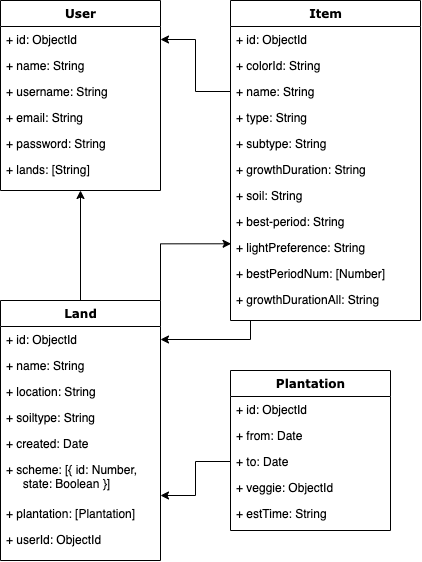
Before: staff/sofia-costa/hoort/hoort-doc/images/data-model.png, a diagram exported from draw.io (sofsscosta/skylab-bootcamp-202001). Source tidied: cells renumbered, new cells last; positions are measured from the earlier drawing's top-left corner, leaving out a move shared by most shapes. Its diagram source:
```xml
<mxGraphModel>
  <root>
    <mxCell id="0" />
    <mxCell id="1" parent="0" />
    <mxCell id="2" value="User" style="swimlane;html=1;fontStyle=1;align=center;verticalAlign=top;horizontal=1;startSize=26;swimlaneFillColor=#ffffff;rounded=0;shadow=0;comic=0;labelBackgroundColor=none;strokeWidth=1;fillColor=none;fontFamily=Verdana;fontSize=12;" parent="1" vertex="1">
      <mxGeometry width="160" height="190" as="geometry" />
    </mxCell>
    <mxCell id="3" value="+ id: ObjectId" style="text;html=1;strokeColor=none;fillColor=none;align=left;verticalAlign=top;spacingLeft=4;spacingRight=4;whiteSpace=wrap;overflow=hidden;points=[[0,0.5],[1,0.5]];portConstraint=eastwest;" parent="2" vertex="1">
      <mxGeometry y="26" width="160" height="26" as="geometry" />
    </mxCell>
    <mxCell id="4" value="+ name: String" style="text;html=1;strokeColor=none;fillColor=none;align=left;verticalAlign=top;spacingLeft=4;spacingRight=4;whiteSpace=wrap;overflow=hidden;" parent="2" vertex="1">
      <mxGeometry y="52" width="160" height="26" as="geometry" />
    </mxCell>
    <mxCell id="5" value="+ username: String" style="text;html=1;strokeColor=none;fillColor=none;align=left;verticalAlign=top;spacingLeft=4;spacingRight=4;whiteSpace=wrap;overflow=hidden;" parent="2" vertex="1">
      <mxGeometry y="78" width="160" height="26" as="geometry" />
    </mxCell>
    <mxCell id="6" value="+ email: String" style="text;html=1;strokeColor=none;fillColor=none;align=left;verticalAlign=top;spacingLeft=4;spacingRight=4;whiteSpace=wrap;overflow=hidden;" parent="2" vertex="1">
      <mxGeometry y="104" width="160" height="26" as="geometry" />
    </mxCell>
    <mxCell id="7" value="+ password: String" style="text;html=1;strokeColor=none;fillColor=none;align=left;verticalAlign=top;spacingLeft=4;spacingRight=4;whiteSpace=wrap;overflow=hidden;" parent="2" vertex="1">
      <mxGeometry y="130" width="160" height="26" as="geometry" />
    </mxCell>
    <mxCell id="8" value="+ lands: [String]" style="text;html=1;strokeColor=none;fillColor=none;align=left;verticalAlign=top;spacingLeft=4;spacingRight=4;whiteSpace=wrap;overflow=hidden;" parent="2" vertex="1">
      <mxGeometry y="156" width="160" height="26" as="geometry" />
    </mxCell>
    <mxCell id="9" style="edgeStyle=orthogonalEdgeStyle;rounded=0;jettySize=auto;html=1;exitX=0.5;exitY=0;exitDx=0;exitDy=0;entryX=0.5;entryY=1;entryDx=0;entryDy=0;" parent="1" edge="1" source="11" target="2">
      <mxGeometry relative="1" as="geometry" />
    </mxCell>
    <mxCell id="10" style="edgeStyle=orthogonalEdgeStyle;rounded=0;jettySize=auto;html=1;exitX=1;exitY=0;exitDx=0;exitDy=0;entryX=0.003;entryY=0.357;entryDx=0;entryDy=0;entryPerimeter=0;" parent="1" edge="1" source="11" target="32">
      <mxGeometry relative="1" as="geometry" />
    </mxCell>
    <mxCell id="11" value="Land" style="swimlane;html=1;fontStyle=1;align=center;verticalAlign=top;horizontal=1;startSize=26;swimlaneFillColor=#ffffff;rounded=0;shadow=0;comic=0;labelBackgroundColor=none;strokeWidth=1;fillColor=none;fontFamily=Verdana;fontSize=12;" parent="1" vertex="1">
      <mxGeometry y="300" width="160" height="260" as="geometry" />
    </mxCell>
    <mxCell id="12" value="+ id: ObjectId" style="text;html=1;strokeColor=none;fillColor=none;align=left;verticalAlign=top;spacingLeft=4;spacingRight=4;whiteSpace=wrap;overflow=hidden;points=[[0,0.5],[1,0.5]];portConstraint=eastwest;" parent="11" vertex="1">
      <mxGeometry y="26" width="160" height="26" as="geometry" />
    </mxCell>
    <mxCell id="13" value="+ name: String" style="text;html=1;strokeColor=none;fillColor=none;align=left;verticalAlign=top;spacingLeft=4;spacingRight=4;whiteSpace=wrap;overflow=hidden;" parent="11" vertex="1">
      <mxGeometry y="52" width="160" height="26" as="geometry" />
    </mxCell>
    <mxCell id="14" value="+ location: String" style="text;html=1;strokeColor=none;fillColor=none;align=left;verticalAlign=top;spacingLeft=4;spacingRight=4;whiteSpace=wrap;overflow=hidden;" parent="11" vertex="1">
      <mxGeometry y="78" width="160" height="26" as="geometry" />
    </mxCell>
    <mxCell id="15" value="+ soiltype: String" style="text;html=1;strokeColor=none;fillColor=none;align=left;verticalAlign=top;spacingLeft=4;spacingRight=4;whiteSpace=wrap;overflow=hidden;" parent="11" vertex="1">
      <mxGeometry y="104" width="160" height="26" as="geometry" />
    </mxCell>
    <mxCell id="16" value="+ created: Date" style="text;html=1;strokeColor=none;fillColor=none;align=left;verticalAlign=top;spacingLeft=4;spacingRight=4;whiteSpace=wrap;overflow=hidden;" parent="11" vertex="1">
      <mxGeometry y="130" width="160" height="26" as="geometry" />
    </mxCell>
    <mxCell id="17" value="+ scheme: [{ id: Number,&lt;br&gt;&amp;nbsp; &amp;nbsp; &amp;nbsp;state: Boolean }]" style="text;html=1;strokeColor=none;fillColor=none;align=left;verticalAlign=top;spacingLeft=4;spacingRight=4;whiteSpace=wrap;overflow=hidden;points=[[0,0.5],[1,0.5]];portConstraint=eastwest;" parent="11" vertex="1">
      <mxGeometry y="156" width="160" height="44" as="geometry" />
    </mxCell>
    <mxCell id="18" value="+ plantation: [Plantation]" style="text;html=1;strokeColor=none;fillColor=none;align=left;verticalAlign=top;spacingLeft=4;spacingRight=4;whiteSpace=wrap;overflow=hidden;" parent="11" vertex="1">
      <mxGeometry y="200" width="160" height="26" as="geometry" />
    </mxCell>
    <mxCell id="19" value="+ userId: ObjectId" style="text;html=1;strokeColor=none;fillColor=none;align=left;verticalAlign=top;spacingLeft=4;spacingRight=4;whiteSpace=wrap;overflow=hidden;" parent="11" vertex="1">
      <mxGeometry y="226" width="160" height="26" as="geometry" />
    </mxCell>
    <mxCell id="20" style="edgeStyle=orthogonalEdgeStyle;rounded=0;jettySize=auto;html=1;exitX=0;exitY=0.5;exitDx=0;exitDy=0;entryX=1;entryY=0.5;entryDx=0;entryDy=0;" parent="1" edge="1" source="26" target="3">
      <mxGeometry relative="1" as="geometry" />
    </mxCell>
    <mxCell id="21" style="edgeStyle=orthogonalEdgeStyle;rounded=0;jettySize=auto;html=1;exitX=0;exitY=0.5;exitDx=0;exitDy=0;entryX=1;entryY=0.5;entryDx=0;entryDy=0;" parent="1" edge="1" target="12">
      <mxGeometry relative="1" as="geometry">
        <mxPoint x="250" y="281" as="sourcePoint" />
      </mxGeometry>
    </mxCell>
    <mxCell id="22" style="edgeStyle=orthogonalEdgeStyle;rounded=0;jettySize=auto;html=1;exitX=0;exitY=0.5;exitDx=0;exitDy=0;entryX=1;entryY=0.75;entryDx=0;entryDy=0;" parent="1" edge="1" source="38" target="11">
      <mxGeometry relative="1" as="geometry" />
    </mxCell>
    <mxCell id="23" value="Item" style="swimlane;html=1;fontStyle=1;align=center;verticalAlign=top;horizontal=1;startSize=26;swimlaneFillColor=#ffffff;rounded=0;shadow=0;comic=0;labelBackgroundColor=none;strokeWidth=1;fillColor=none;fontFamily=Verdana;fontSize=12;" parent="1" vertex="1">
      <mxGeometry x="230" width="190" height="320" as="geometry" />
    </mxCell>
    <mxCell id="24" value="+ id: ObjectId" style="text;html=1;strokeColor=none;fillColor=none;align=left;verticalAlign=top;spacingLeft=4;spacingRight=4;whiteSpace=wrap;overflow=hidden;" parent="23" vertex="1">
      <mxGeometry y="26" width="190" height="26" as="geometry" />
    </mxCell>
    <mxCell id="25" value="+ colorId: String" style="text;html=1;strokeColor=none;fillColor=none;align=left;verticalAlign=top;spacingLeft=4;spacingRight=4;whiteSpace=wrap;overflow=hidden;" parent="23" vertex="1">
      <mxGeometry y="52" width="190" height="26" as="geometry" />
    </mxCell>
    <mxCell id="26" value="+ name: String" style="text;html=1;strokeColor=none;fillColor=none;align=left;verticalAlign=top;spacingLeft=4;spacingRight=4;whiteSpace=wrap;overflow=hidden;points=[[0,0.5],[1,0.5]];portConstraint=eastwest;" parent="23" vertex="1">
      <mxGeometry y="78" width="190" height="26" as="geometry" />
    </mxCell>
    <mxCell id="27" value="+ type: String" style="text;html=1;strokeColor=none;fillColor=none;align=left;verticalAlign=top;spacingLeft=4;spacingRight=4;whiteSpace=wrap;overflow=hidden;" parent="23" vertex="1">
      <mxGeometry y="104" width="190" height="26" as="geometry" />
    </mxCell>
    <mxCell id="28" value="+ subtype: String" style="text;html=1;strokeColor=none;fillColor=none;align=left;verticalAlign=top;spacingLeft=4;spacingRight=4;whiteSpace=wrap;overflow=hidden;" parent="23" vertex="1">
      <mxGeometry y="130" width="190" height="26" as="geometry" />
    </mxCell>
    <mxCell id="29" value="+ growthDuration: String" style="text;html=1;strokeColor=none;fillColor=none;align=left;verticalAlign=top;spacingLeft=4;spacingRight=4;whiteSpace=wrap;overflow=hidden;" parent="23" vertex="1">
      <mxGeometry y="156" width="190" height="26" as="geometry" />
    </mxCell>
    <mxCell id="30" value="+ soil: String" style="text;html=1;strokeColor=none;fillColor=none;align=left;verticalAlign=top;spacingLeft=4;spacingRight=4;whiteSpace=wrap;overflow=hidden;" parent="23" vertex="1">
      <mxGeometry y="182" width="190" height="26" as="geometry" />
    </mxCell>
    <mxCell id="31" value="+ best-period: String" style="text;html=1;strokeColor=none;fillColor=none;align=left;verticalAlign=top;spacingLeft=4;spacingRight=4;whiteSpace=wrap;overflow=hidden;" parent="23" vertex="1">
      <mxGeometry y="208" width="190" height="26" as="geometry" />
    </mxCell>
    <mxCell id="32" value="+ lightPreference: String" style="text;html=1;strokeColor=none;fillColor=none;align=left;verticalAlign=top;spacingLeft=4;spacingRight=4;whiteSpace=wrap;overflow=hidden;points=[[0,0.5],[1,0.5]];portConstraint=eastwest;" parent="23" vertex="1">
      <mxGeometry y="234" width="190" height="26" as="geometry" />
    </mxCell>
    <mxCell id="33" value="+ bestPeriodNum: [Number]" style="text;html=1;strokeColor=none;fillColor=none;align=left;verticalAlign=top;spacingLeft=4;spacingRight=4;whiteSpace=wrap;overflow=hidden;" parent="23" vertex="1">
      <mxGeometry y="260" width="190" height="26" as="geometry" />
    </mxCell>
    <mxCell id="34" value="+ growthDurationAll: String" style="text;html=1;strokeColor=none;fillColor=none;align=left;verticalAlign=top;spacingLeft=4;spacingRight=4;whiteSpace=wrap;overflow=hidden;" parent="23" vertex="1">
      <mxGeometry y="286" width="190" height="26" as="geometry" />
    </mxCell>
    <mxCell id="35" value="Plantation" style="swimlane;html=1;fontStyle=1;align=center;verticalAlign=top;horizontal=1;startSize=26;swimlaneFillColor=#ffffff;rounded=0;shadow=0;comic=0;labelBackgroundColor=none;strokeWidth=1;fillColor=none;fontFamily=Verdana;fontSize=12;" parent="1" vertex="1">
      <mxGeometry x="230" y="370" width="160" height="160" as="geometry" />
    </mxCell>
    <mxCell id="36" value="+ id: ObjectId" style="text;html=1;strokeColor=none;fillColor=none;align=left;verticalAlign=top;spacingLeft=4;spacingRight=4;whiteSpace=wrap;overflow=hidden;" parent="35" vertex="1">
      <mxGeometry y="26" width="160" height="26" as="geometry" />
    </mxCell>
    <mxCell id="37" value="+ from: Date" style="text;html=1;strokeColor=none;fillColor=none;align=left;verticalAlign=top;spacingLeft=4;spacingRight=4;whiteSpace=wrap;overflow=hidden;" parent="35" vertex="1">
      <mxGeometry y="52" width="160" height="26" as="geometry" />
    </mxCell>
    <mxCell id="38" value="+ to: Date" style="text;html=1;strokeColor=none;fillColor=none;align=left;verticalAlign=top;spacingLeft=4;spacingRight=4;whiteSpace=wrap;overflow=hidden;points=[[0,0.5],[1,0.5]];portConstraint=eastwest;" parent="35" vertex="1">
      <mxGeometry y="78" width="160" height="26" as="geometry" />
    </mxCell>
    <mxCell id="39" value="+ veggie: ObjectId" style="text;html=1;strokeColor=none;fillColor=none;align=left;verticalAlign=top;spacingLeft=4;spacingRight=4;whiteSpace=wrap;overflow=hidden;" parent="35" vertex="1">
      <mxGeometry y="104" width="160" height="26" as="geometry" />
    </mxCell>
    <mxCell id="40" value="+ estTime: String" style="text;html=1;strokeColor=none;fillColor=none;align=left;verticalAlign=top;spacingLeft=4;spacingRight=4;whiteSpace=wrap;overflow=hidden;" parent="35" vertex="1">
      <mxGeometry y="130" width="160" height="26" as="geometry" />
    </mxCell>
  </root>
</mxGraphModel>
```
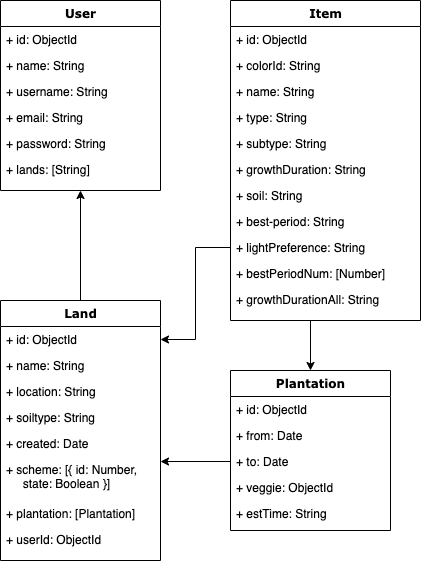
After the change.

What changed in the source:
```diff
@@ -1,16 +1,16 @@
-<mxGraphModel>
+<mxGraphModel background="#ffffff">
   <root>
     <mxCell id="0" />
     <mxCell id="1" parent="0" />
     <mxCell id="2" value="User" style="swimlane;html=1;fontStyle=1;align=center;verticalAlign=top;horizontal=1;startSize=26;swimlaneFillColor=#ffffff;rounded=0;shadow=0;comic=0;labelBackgroundColor=none;strokeWidth=1;fillColor=none;fontFamily=Verdana;fontSize=12;" parent="1" vertex="1">
       <mxGeometry width="160" height="190" as="geometry" />
     </mxCell>
-    <mxCell id="3" value="+ id: ObjectId" style="text;html=1;strokeColor=none;fillColor=none;align=left;verticalAlign=top;spacingLeft=4;spacingRight=4;whiteSpace=wrap;overflow=hidden;points=[[0,0.5],[1,0.5]];portConstraint=eastwest;" parent="2" vertex="1">
-      <mxGeometry y="26" width="160" height="26" as="geometry" />
-    </mxCell>
-    <mxCell id="4" value="+ name: String" style="text;html=1;strokeColor=none;fillColor=none;align=left;verticalAlign=top;spacingLeft=4;spacingRight=4;whiteSpace=wrap;overflow=hidden;" parent="2" vertex="1">
-      <mxGeometry y="52" width="160" height="26" as="geometry" />
-    </mxCell>
+    <mxCell id="41" value="+ id: ObjectId" style="text;html=1;strokeColor=none;fillColor=none;align=left;verticalAlign=top;spacingLeft=4;spacingRight=4;whiteSpace=wrap;overflow=hidden;" parent="2" vertex="1">
+      <mxGeometry y="26" width="160" height="26" as="geometry" />
+    </mxCell>
+    <mxCell id="42" value="+ name: String" style="text;html=1;strokeColor=none;fillColor=none;align=left;verticalAlign=top;spacingLeft=4;spacingRight=4;whiteSpace=wrap;overflow=hidden;" parent="2" vertex="1">
+      <mxGeometry y="52" width="160" height="26" as="geometry" />
+    </mxCell>
     <mxCell id="5" value="+ username: String" style="text;html=1;strokeColor=none;fillColor=none;align=left;verticalAlign=top;spacingLeft=4;spacingRight=4;whiteSpace=wrap;overflow=hidden;" parent="2" vertex="1">
       <mxGeometry y="78" width="160" height="26" as="geometry" />
     </mxCell>
@@ -26,18 +26,15 @@
     <mxCell id="9" style="edgeStyle=orthogonalEdgeStyle;rounded=0;jettySize=auto;html=1;exitX=0.5;exitY=0;exitDx=0;exitDy=0;entryX=0.5;entryY=1;entryDx=0;entryDy=0;" parent="1" edge="1" source="11" target="2">
       <mxGeometry relative="1" as="geometry" />
     </mxCell>
-    <mxCell id="10" style="edgeStyle=orthogonalEdgeStyle;rounded=0;jettySize=auto;html=1;exitX=1;exitY=0;exitDx=0;exitDy=0;entryX=0.003;entryY=0.357;entryDx=0;entryDy=0;entryPerimeter=0;" parent="1" edge="1" source="11" target="32">
-      <mxGeometry relative="1" as="geometry" />
-    </mxCell>
     <mxCell id="11" value="Land" style="swimlane;html=1;fontStyle=1;align=center;verticalAlign=top;horizontal=1;startSize=26;swimlaneFillColor=#ffffff;rounded=0;shadow=0;comic=0;labelBackgroundColor=none;strokeWidth=1;fillColor=none;fontFamily=Verdana;fontSize=12;" parent="1" vertex="1">
       <mxGeometry y="300" width="160" height="260" as="geometry" />
     </mxCell>
-    <mxCell id="12" value="+ id: ObjectId" style="text;html=1;strokeColor=none;fillColor=none;align=left;verticalAlign=top;spacingLeft=4;spacingRight=4;whiteSpace=wrap;overflow=hidden;points=[[0,0.5],[1,0.5]];portConstraint=eastwest;" parent="11" vertex="1">
-      <mxGeometry y="26" width="160" height="26" as="geometry" />
-    </mxCell>
-    <mxCell id="13" value="+ name: String" style="text;html=1;strokeColor=none;fillColor=none;align=left;verticalAlign=top;spacingLeft=4;spacingRight=4;whiteSpace=wrap;overflow=hidden;" parent="11" vertex="1">
-      <mxGeometry y="52" width="160" height="26" as="geometry" />
-    </mxCell>
+    <mxCell id="43" value="+ id: ObjectId" style="text;html=1;strokeColor=none;fillColor=none;align=left;verticalAlign=top;spacingLeft=4;spacingRight=4;whiteSpace=wrap;overflow=hidden;points=[[0,0.5],[1,0.5]];portConstraint=eastwest;" parent="11" vertex="1">
+      <mxGeometry y="26" width="160" height="26" as="geometry" />
+    </mxCell>
+    <mxCell id="44" value="+ name: String" style="text;html=1;strokeColor=none;fillColor=none;align=left;verticalAlign=top;spacingLeft=4;spacingRight=4;whiteSpace=wrap;overflow=hidden;" parent="11" vertex="1">
+      <mxGeometry y="52" width="160" height="26" as="geometry" />
+    </mxCell>
     <mxCell id="14" value="+ location: String" style="text;html=1;strokeColor=none;fillColor=none;align=left;verticalAlign=top;spacingLeft=4;spacingRight=4;whiteSpace=wrap;overflow=hidden;" parent="11" vertex="1">
       <mxGeometry y="78" width="160" height="26" as="geometry" />
     </mxCell>
@@ -56,17 +53,17 @@
     <mxCell id="19" value="+ userId: ObjectId" style="text;html=1;strokeColor=none;fillColor=none;align=left;verticalAlign=top;spacingLeft=4;spacingRight=4;whiteSpace=wrap;overflow=hidden;" parent="11" vertex="1">
       <mxGeometry y="226" width="160" height="26" as="geometry" />
     </mxCell>
-    <mxCell id="20" style="edgeStyle=orthogonalEdgeStyle;rounded=0;jettySize=auto;html=1;exitX=0;exitY=0.5;exitDx=0;exitDy=0;entryX=1;entryY=0.5;entryDx=0;entryDy=0;" parent="1" edge="1" source="26" target="3">
-      <mxGeometry relative="1" as="geometry" />
-    </mxCell>
-    <mxCell id="21" style="edgeStyle=orthogonalEdgeStyle;rounded=0;jettySize=auto;html=1;exitX=0;exitY=0.5;exitDx=0;exitDy=0;entryX=1;entryY=0.5;entryDx=0;entryDy=0;" parent="1" edge="1" target="12">
-      <mxGeometry relative="1" as="geometry">
-        <mxPoint x="250" y="281" as="sourcePoint" />
-      </mxGeometry>
-    </mxCell>
-    <mxCell id="22" style="edgeStyle=orthogonalEdgeStyle;rounded=0;jettySize=auto;html=1;exitX=0;exitY=0.5;exitDx=0;exitDy=0;entryX=1;entryY=0.75;entryDx=0;entryDy=0;" parent="1" edge="1" source="38" target="11">
-      <mxGeometry relative="1" as="geometry" />
-    </mxCell>
+    <mxCell id="45" style="edgeStyle=orthogonalEdgeStyle;rounded=0;jettySize=auto;html=1;exitX=0;exitY=0.5;exitDx=0;exitDy=0;entryX=1;entryY=0.5;entryDx=0;entryDy=0;" parent="1" edge="1" source="32" target="43">
+      <mxGeometry relative="1" as="geometry" />
+    </mxCell>
+    <mxCell id="46" style="edgeStyle=orthogonalEdgeStyle;rounded=0;jettySize=auto;html=1;exitX=0;exitY=0.5;exitDx=0;exitDy=0;entryX=1;entryY=0.114;entryDx=0;entryDy=0;entryPerimeter=0;" parent="1" edge="1" source="38" target="17">
+      <mxGeometry relative="1" as="geometry" />
+    </mxCell>
+    <mxCell id="47" style="edgeStyle=orthogonalEdgeStyle;rounded=0;jettySize=auto;html=1;entryX=0.5;entryY=0;entryDx=0;entryDy=0;" parent="1" edge="1" target="35">
+      <mxGeometry relative="1" as="geometry">
+        <mxPoint x="310" y="320" as="sourcePoint" />
+      </mxGeometry>
+    </mxCell>
     <mxCell id="23" value="Item" style="swimlane;html=1;fontStyle=1;align=center;verticalAlign=top;horizontal=1;startSize=26;swimlaneFillColor=#ffffff;rounded=0;shadow=0;comic=0;labelBackgroundColor=none;strokeWidth=1;fillColor=none;fontFamily=Verdana;fontSize=12;" parent="1" vertex="1">
       <mxGeometry x="230" width="190" height="320" as="geometry" />
     </mxCell>
@@ -106,9 +103,9 @@
     <mxCell id="35" value="Plantation" style="swimlane;html=1;fontStyle=1;align=center;verticalAlign=top;horizontal=1;startSize=26;swimlaneFillColor=#ffffff;rounded=0;shadow=0;comic=0;labelBackgroundColor=none;strokeWidth=1;fillColor=none;fontFamily=Verdana;fontSize=12;" parent="1" vertex="1">
       <mxGeometry x="230" y="370" width="160" height="160" as="geometry" />
     </mxCell>
-    <mxCell id="36" value="+ id: ObjectId" style="text;html=1;strokeColor=none;fillColor=none;align=left;verticalAlign=top;spacingLeft=4;spacingRight=4;whiteSpace=wrap;overflow=hidden;" parent="35" vertex="1">
-      <mxGeometry y="26" width="160" height="26" as="geometry" />
-    </mxCell>
+    <mxCell id="48" value="+ id: ObjectId" style="text;html=1;strokeColor=none;fillColor=none;align=left;verticalAlign=top;spacingLeft=4;spacingRight=4;whiteSpace=wrap;overflow=hidden;" parent="35" vertex="1">
+      <mxGeometry y="26" width="160" height="26" as="geometry" />
+    </mxCell>
     <mxCell id="37" value="+ from: Date" style="text;html=1;strokeColor=none;fillColor=none;align=left;verticalAlign=top;spacingLeft=4;spacingRight=4;whiteSpace=wrap;overflow=hidden;" parent="35" vertex="1">
       <mxGeometry y="52" width="160" height="26" as="geometry" />
     </mxCell>
```
